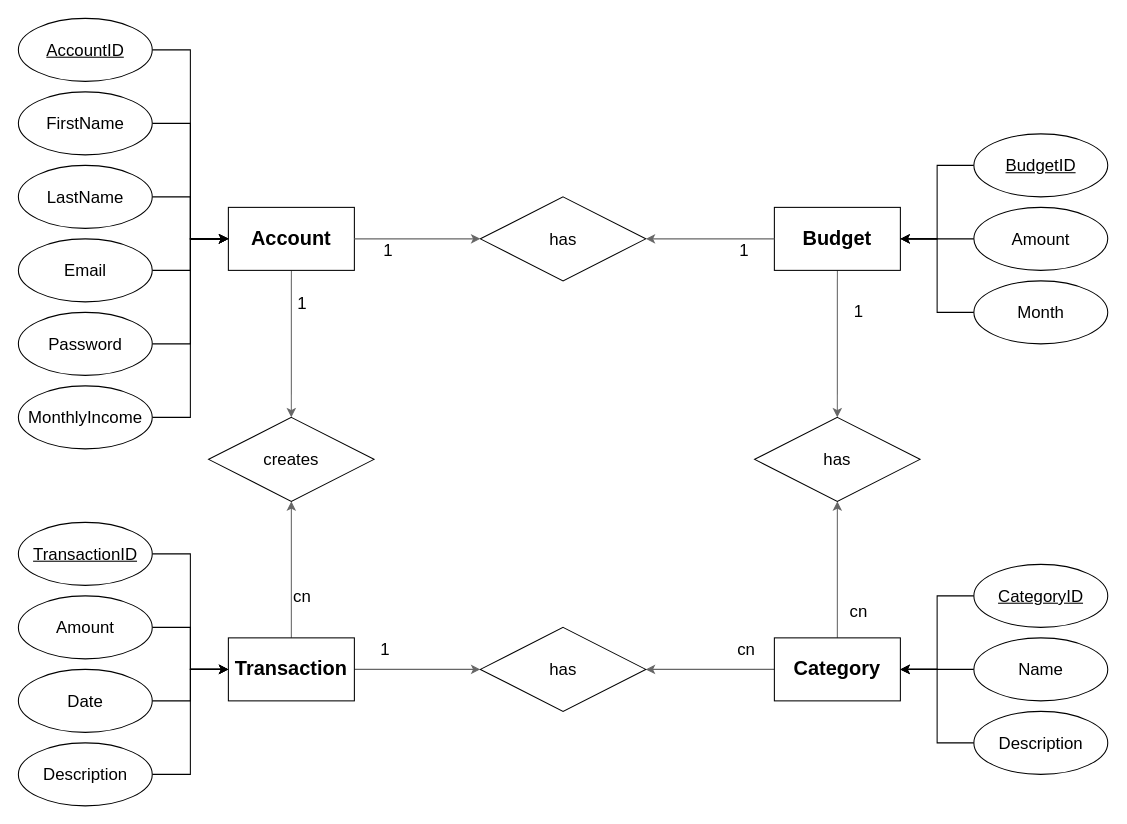
Above: Projektplanung/ER-Diagramm_Expensesmanager.drawio in LuisAll12/IPT-6.1_Expensemanager (draw.io), before the change. Source tidied: cells renumbered, new cells numbered last; positions are measured from the earlier drawing's top-left corner, leaving out a move shared by most shapes. Both pictures are drawn from the tidied source at 105%, with x=0, y=0 at pixel (18, 18).
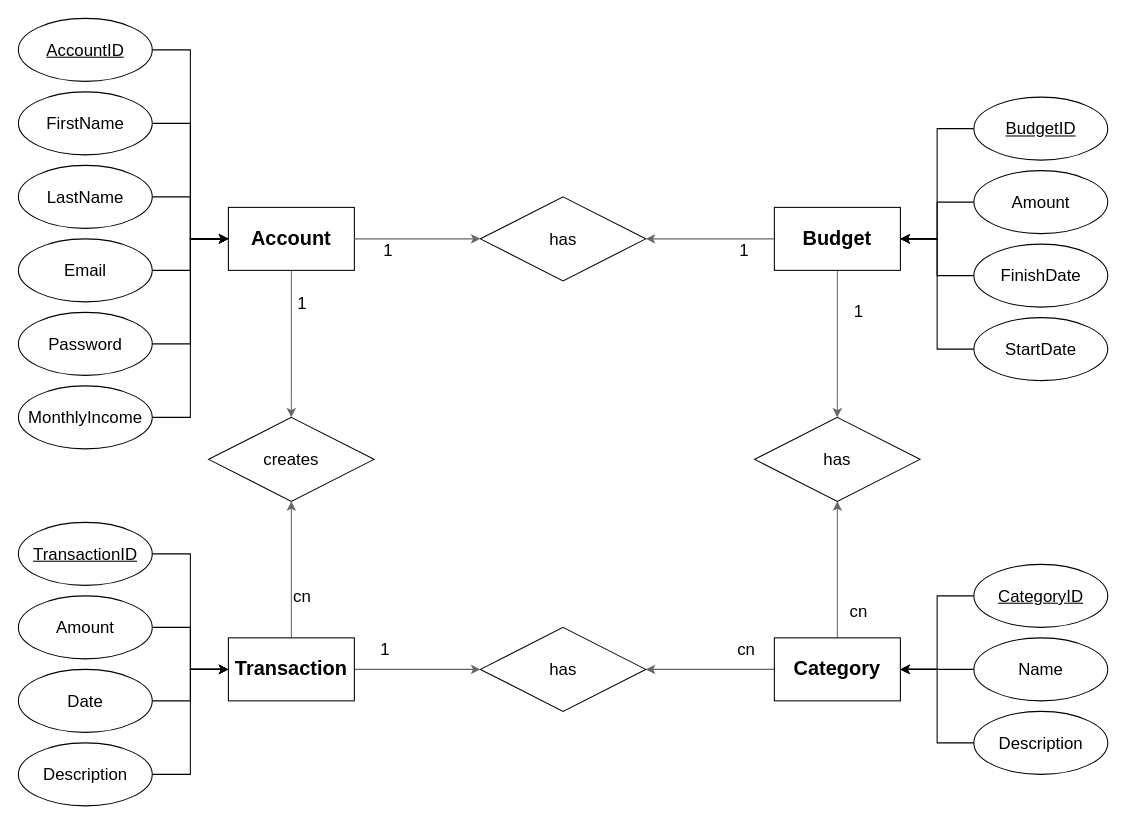
After the change.

The change refers to these unchanged cells:
```xml
<mxCell id="17" value="&lt;font style=&quot;font-size: 19px;&quot;&gt;&lt;b&gt;Budget&lt;/b&gt;&lt;/font&gt;" style="rounded=0;whiteSpace=wrap;html=1;" parent="1" vertex="1">
  <mxGeometry x="720" y="180" width="120" height="60" as="geometry" />
</mxCell>
```

Change to the diagram source:
```diff
@@
     <mxCell id="45" value="&lt;u&gt;BudgetID&lt;/u&gt;" style="ellipse;whiteSpace=wrap;html=1;fontSize=16;" parent="1" vertex="1">
-      <mxGeometry x="910" y="110" width="127.5" height="60" as="geometry" />
+      <mxGeometry x="910" y="75" width="127.5" height="60" as="geometry" />
     </mxCell>
@@
     <mxCell id="47" value="Amount" style="ellipse;whiteSpace=wrap;html=1;fontSize=16;" parent="1" vertex="1">
-      <mxGeometry x="910" y="180" width="127.5" height="60" as="geometry" />
+      <mxGeometry x="910" y="145" width="127.5" height="60" as="geometry" />
     </mxCell>
@@
-    <mxCell id="49" value="Month" style="ellipse;whiteSpace=wrap;html=1;fontSize=16;" parent="1" vertex="1">
-      <mxGeometry x="910" y="250" width="127.5" height="60" as="geometry" />
+    <mxCell id="49" value="FinishDate" style="ellipse;whiteSpace=wrap;html=1;fontSize=16;" parent="1" vertex="1">
+      <mxGeometry x="910" y="215" width="127.5" height="60" as="geometry" />
     </mxCell>
@@
+    <mxCell id="58" style="edgeStyle=orthogonalEdgeStyle;rounded=0;jettySize=auto;html=1;exitX=0;exitY=0.5;exitDx=0;exitDy=0;entryX=1;entryY=0.5;entryDx=0;entryDy=0;" parent="1" edge="1" source="59" target="17">
+      <mxGeometry relative="1" as="geometry" />
+    </mxCell>
+    <mxCell id="59" value="StartDate" style="ellipse;whiteSpace=wrap;html=1;fontSize=16;" parent="1" vertex="1">
+      <mxGeometry x="910" y="285" width="127.5" height="60" as="geometry" />
+    </mxCell>
```
